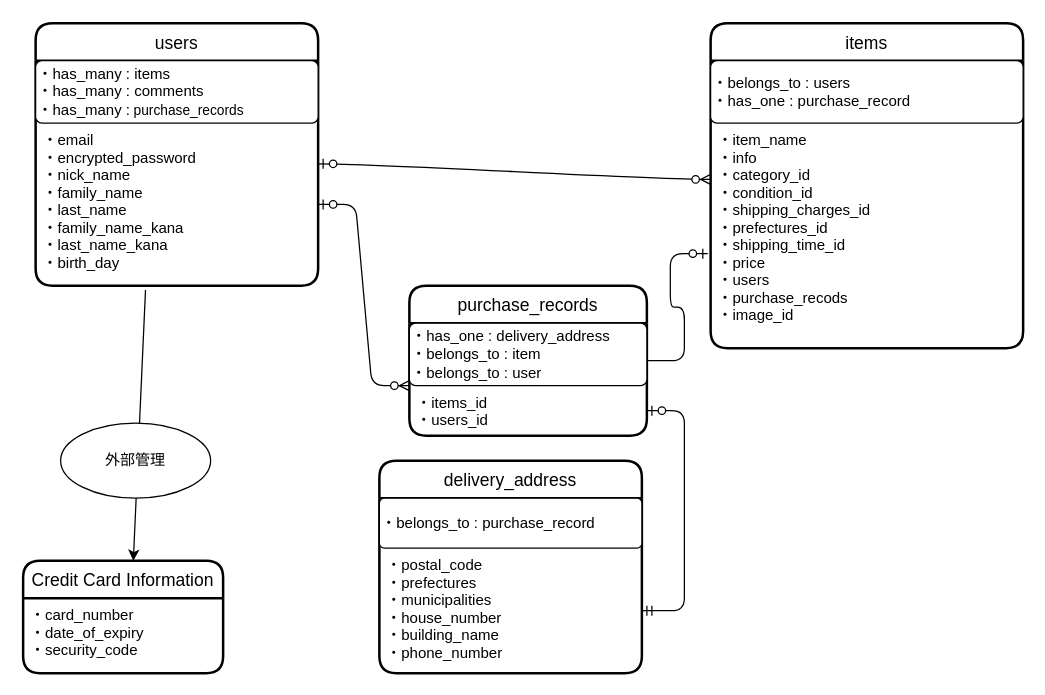
erika-kodera/furima-37567 keeps this draw.io diagram as furima.dio. Above is the earlier version. Source tidied: cells renumbered, new cells numbered last; positions are measured from the earlier drawing's top-left corner, leaving out a move shared by most shapes. Both pictures are drawn from the tidied source at 125%, with x=0, y=0 at pixel (22, 22).
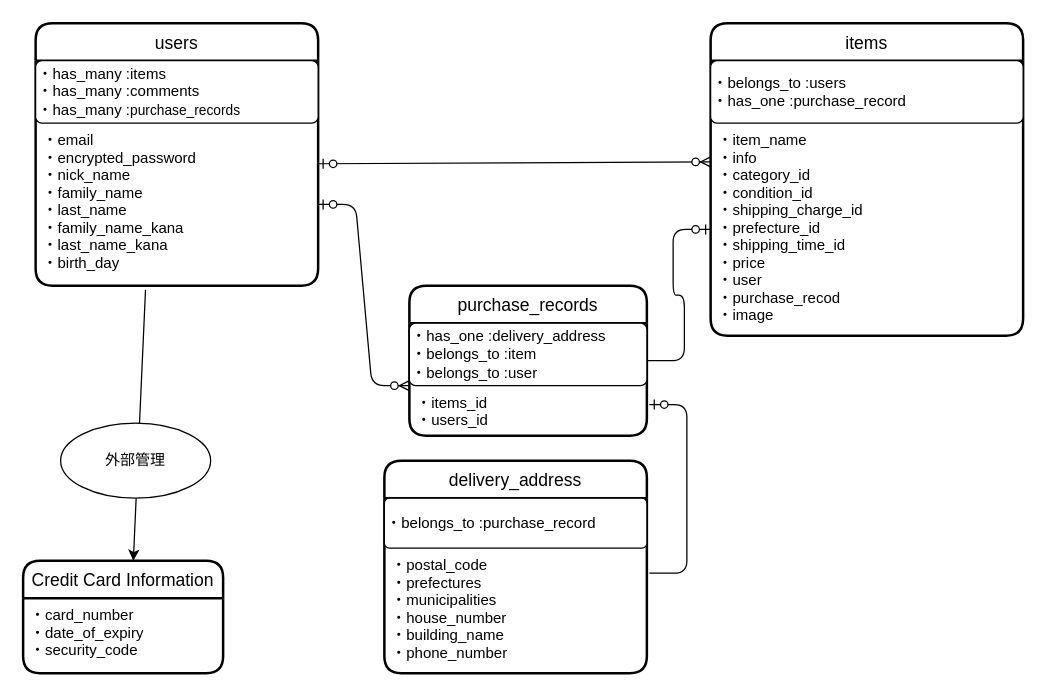
Above is the later version.

Commit message (it also covers changes not shown here):
DB設計とER図の再修正

Unchanged cells that the change refers to:
```xml
<mxCell id="9" value="・postal_code&#10;・prefectures&#10;・municipalities&#10;・house_number&#10;・building_name&#10;・phone_number" style="align=left;strokeColor=none;fillColor=none;spacingLeft=4;fontSize=12;verticalAlign=top;" parent="7" vertex="1">
  <mxGeometry y="70" width="210" height="100" as="geometry" />
</mxCell>
<mxCell id="14" value="purchase_records" style="swimlane;horizontal=1;startSize=30;rounded=1;fontSize=14;fontStyle=0;strokeWidth=2;shadow=0;dashed=0;align=center;" parent="1" vertex="1">
  <mxGeometry x="309" y="210" width="190" height="120" as="geometry" />
</mxCell>
<mxCell id="16" value="・items_id&#10;・users_id" style="align=left;strokeColor=none;fillColor=none;spacingLeft=4;fontSize=12;verticalAlign=top;" parent="14" vertex="1">
  <mxGeometry y="80" width="190" height="40" as="geometry" />
</mxCell>
<mxCell id="19" value="users" style="swimlane;horizontal=1;startSize=30;rounded=1;fontSize=14;fontStyle=0;strokeWidth=2;shadow=0;dashed=0;align=center;" parent="1" vertex="1">
  <mxGeometry x="10" width="226" height="210" as="geometry" />
</mxCell>
<mxCell id="21" value="・email&#10;・encrypted_password&#10;・nick_name&#10;・family_name&#10;・last_name&#10;・family_name_kana&#10;・last_name_kana&#10;・birth_day" style="align=left;strokeColor=none;fillColor=none;spacingLeft=4;fontSize=12;verticalAlign=top;" parent="19" vertex="1">
  <mxGeometry y="80" width="226" height="130" as="geometry" />
</mxCell>
```

Diff of the diagram source:
```diff
@@
     <mxCell id="2" value="items" style="swimlane;horizontal=1;startSize=30;rounded=1;fontSize=14;fontStyle=0;strokeWidth=2;shadow=0;dashed=0;align=center;" parent="1" vertex="1">
-      <mxGeometry x="550" width="250" height="260" as="geometry" />
+      <mxGeometry x="550" width="250" height="250" as="geometry" />
     </mxCell>
-    <mxCell id="3" value="&lt;span&gt;・belongs_to : users&lt;/span&gt;&lt;span&gt;&lt;br&gt;・has_one : purchase_record&lt;br&gt;&lt;/span&gt;" style="rounded=1;arcSize=10;whiteSpace=wrap;html=1;align=left;" parent="2" vertex="1">
+    <mxCell id="3" value="&lt;span&gt;・belongs_to :users&lt;/span&gt;&lt;span&gt;&lt;br&gt;・has_one :purchase_record&lt;br&gt;&lt;/span&gt;" style="rounded=1;arcSize=10;whiteSpace=wrap;html=1;align=left;" parent="2" vertex="1">
       <mxGeometry y="30" width="250" height="50" as="geometry" />
     </mxCell>
-    <mxCell id="4" value="・item_name&#10;・info&#10;・category_id&#10;・condition_id&#10;・shipping_charges_id&#10;・prefectures_id&#10;・shipping_time_id&#10;・price&#10;・users&#10;・purchase_recods&#10;・image_id" style="align=left;strokeColor=none;fillColor=none;spacingLeft=4;fontSize=12;verticalAlign=top;" parent="2" vertex="1">
-      <mxGeometry y="80" width="250" height="180" as="geometry" />
+    <mxCell id="4" value="・item_name&#10;・info&#10;・category_id&#10;・condition_id&#10;・shipping_charge_id&#10;・prefecture_id&#10;・shipping_time_id&#10;・price&#10;・user&#10;・purchase_recod&#10;・image" style="align=left;strokeColor=none;fillColor=none;spacingLeft=4;fontSize=12;verticalAlign=top;" parent="2" vertex="1">
+      <mxGeometry y="80" width="250" height="170" as="geometry" />
     </mxCell>
@@
     <mxCell id="7" value="delivery_address" style="swimlane;horizontal=1;startSize=30;rounded=1;fontSize=14;fontStyle=0;strokeWidth=2;shadow=0;dashed=0;align=center;" parent="1" vertex="1">
-      <mxGeometry x="285" y="350" width="210" height="170" as="geometry" />
+      <mxGeometry x="289" y="350" width="210" height="170" as="geometry" />
     </mxCell>
-    <mxCell id="8" value="・belongs_to : purchase_record" style="rounded=1;arcSize=10;whiteSpace=wrap;html=1;align=left;" parent="7" vertex="1">
+    <mxCell id="8" value="・belongs_to :purchase_record" style="rounded=1;arcSize=10;whiteSpace=wrap;html=1;align=left;" parent="7" vertex="1">
       <mxGeometry y="30" width="210" height="40" as="geometry" />
     </mxCell>
@@
-    <mxCell id="10" style="edgeStyle=entityRelationEdgeStyle;fontSize=12;html=1;endArrow=ERzeroToMany;startArrow=ERzeroToOne;curved=1;exitX=1;exitY=0.25;exitDx=0;exitDy=0;entryX=0;entryY=0.25;entryDx=0;entryDy=0;" parent="1" edge="1" source="21" target="4">
-      <mxGeometry relative="1" as="geometry" />
+    <mxCell id="10" style="edgeStyle=entityRelationEdgeStyle;fontSize=12;html=1;endArrow=ERzeroToMany;startArrow=ERzeroToOne;curved=1;exitX=1;exitY=0.25;exitDx=0;exitDy=0;" parent="1" edge="1" source="21">
+      <mxGeometry relative="1" as="geometry">
+        <mxPoint x="550" y="111" as="targetPoint" />
+      </mxGeometry>
     </mxCell>
@@
-    <mxCell id="15" value="・has_one : delivery_address&lt;br&gt;・belongs_to : item&lt;br&gt;・belongs_to : user" style="rounded=1;arcSize=10;whiteSpace=wrap;html=1;align=left;" parent="14" vertex="1">
+    <mxCell id="15" value="・has_one :delivery_address&lt;br&gt;・belongs_to :item&lt;br&gt;・belongs_to :user" style="rounded=1;arcSize=10;whiteSpace=wrap;html=1;align=left;" parent="14" vertex="1">
       <mxGeometry y="30" width="190" height="50" as="geometry" />
     </mxCell>
@@
-    <mxCell id="17" style="edgeStyle=entityRelationEdgeStyle;fontSize=12;html=1;endArrow=ERzeroToOne;startArrow=ERmandOne;exitX=1;exitY=0.5;exitDx=0;exitDy=0;" parent="1" edge="1" source="9" target="16">
-      <mxGeometry relative="1" as="geometry" />
-    </mxCell>
-    <mxCell id="18" style="edgeStyle=entityRelationEdgeStyle;fontSize=12;html=1;endArrow=ERzeroToOne;endFill=1;exitX=1;exitY=0.5;exitDx=0;exitDy=0;entryX=-0.009;entryY=0.58;entryDx=0;entryDy=0;entryPerimeter=0;" parent="1" edge="1" source="14" target="4">
+    <mxCell id="18" style="edgeStyle=entityRelationEdgeStyle;fontSize=12;html=1;endArrow=ERzeroToOne;endFill=1;exitX=1;exitY=0.5;exitDx=0;exitDy=0;entryX=0;entryY=0.5;entryDx=0;entryDy=0;" parent="1" edge="1" source="14" target="4">
       <mxGeometry relative="1" as="geometry" />
     </mxCell>
@@
-    <mxCell id="20" value="・has_many : items&lt;br&gt;・has_many : comments&lt;br&gt;・has_many :&lt;font&gt;&lt;span style=&quot;font-size: 10px&quot;&gt;&amp;nbsp;&lt;/span&gt;&lt;span style=&quot;text-align: center&quot;&gt;&lt;font style=&quot;font-size: 11px&quot;&gt;purchase_records&lt;/font&gt;&lt;/span&gt;&lt;/font&gt;" style="rounded=1;arcSize=10;whiteSpace=wrap;html=1;align=left;" parent="19" vertex="1">
+    <mxCell id="20" value="・has_many :items&lt;br&gt;・has_many :comments&lt;br&gt;・has_many :&lt;font&gt;&lt;span style=&quot;text-align: center&quot;&gt;&lt;font style=&quot;font-size: 11px&quot;&gt;purchase_records&lt;/font&gt;&lt;/span&gt;&lt;/font&gt;" style="rounded=1;arcSize=10;whiteSpace=wrap;html=1;align=left;" parent="19" vertex="1">
       <mxGeometry y="30" width="226" height="50" as="geometry" />
     </mxCell>
@@
+    <mxCell id="22" style="edgeStyle=entityRelationEdgeStyle;fontSize=12;html=1;endArrow=ERzeroToOne;endFill=1;entryX=1.01;entryY=0.378;entryDx=0;entryDy=0;entryPerimeter=0;" parent="1" edge="1" target="16">
+      <mxGeometry relative="1" as="geometry">
+        <mxPoint x="501" y="440" as="sourcePoint" />
+      </mxGeometry>
+    </mxCell>
```
